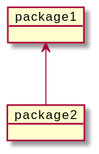
Earlier version of the PlantUML export assignment-1/pacman-project-structure.svg (soco21/soco21). Source of this version:
```plantuml
@startuml
object package1
object package2

package1 <-- package2
@enduml
```
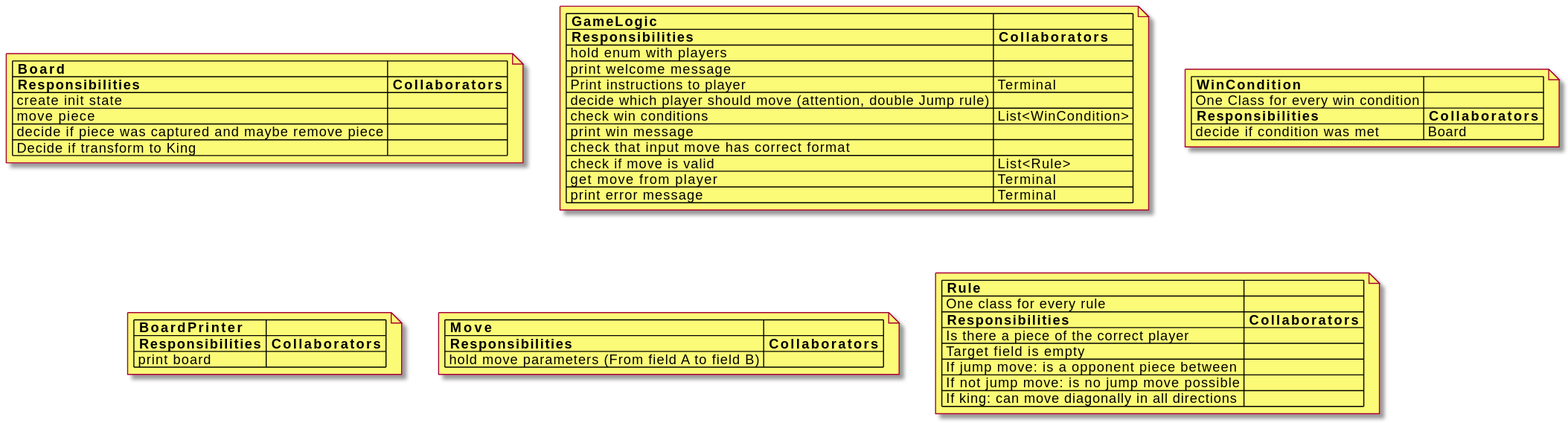
The same diagram one commit later.

What changed in the source:
```diff
@@ -1,6 +1,55 @@
 @startuml
-object package1
-object package2
+note as Board
+  |= Board |= |
+  |= Responsibilities |= Collaborators |
+  | create init state | |
+  | move piece | |
+  | decide if piece was captured and maybe remove piece ||
+  | Decide if transform to King | |
+endnote
 
-package1 <-- package2
+note as GameLogic
+  |= GameLogic |= |
+  |= Responsibilities |= Collaborators |
+  | hold enum with players | |
+  | print welcome message | |
+  | Print instructions to player | Terminal |
+  | decide which player should move (attention, double Jump rule) ||
+  | check win conditions | List<WinCondition> |
+  | print win message | |
+  | check that input move has correct format | |
+  | check if move is valid | List<Rule> |
+  | get move from player | Terminal |
+  | print error message | Terminal |
+endnote
+
+note as WinCondition
+  |= WinCondition |= |
+  | One Class for every win condition | |
+  |= Responsibilities |= Collaborators |
+  | decide if condition was met | Board |
+endnote
+
+note as BoardPrinter
+  |= BoardPrinter |= |
+  |= Responsibilities |= Collaborators |
+  | print board | |
+endnote
+
+note as Move
+  |= Move |= |
+  |= Responsibilities |= Collaborators |
+  | hold move parameters (From field A to field B) | |
+endnote
+
+note as Rule
+  |= Rule |= |
+  | One class for every rule | |
+  |= Responsibilities |= Collaborators |
+  | Is there a piece of the correct player | |
+  | Target field is empty | |
+  | If jump move: is a opponent piece between | |
+  | If not jump move: is no jump move possible | |
+  | If king: can move diagonally in all directions | |
+endnote
 @enduml
```
